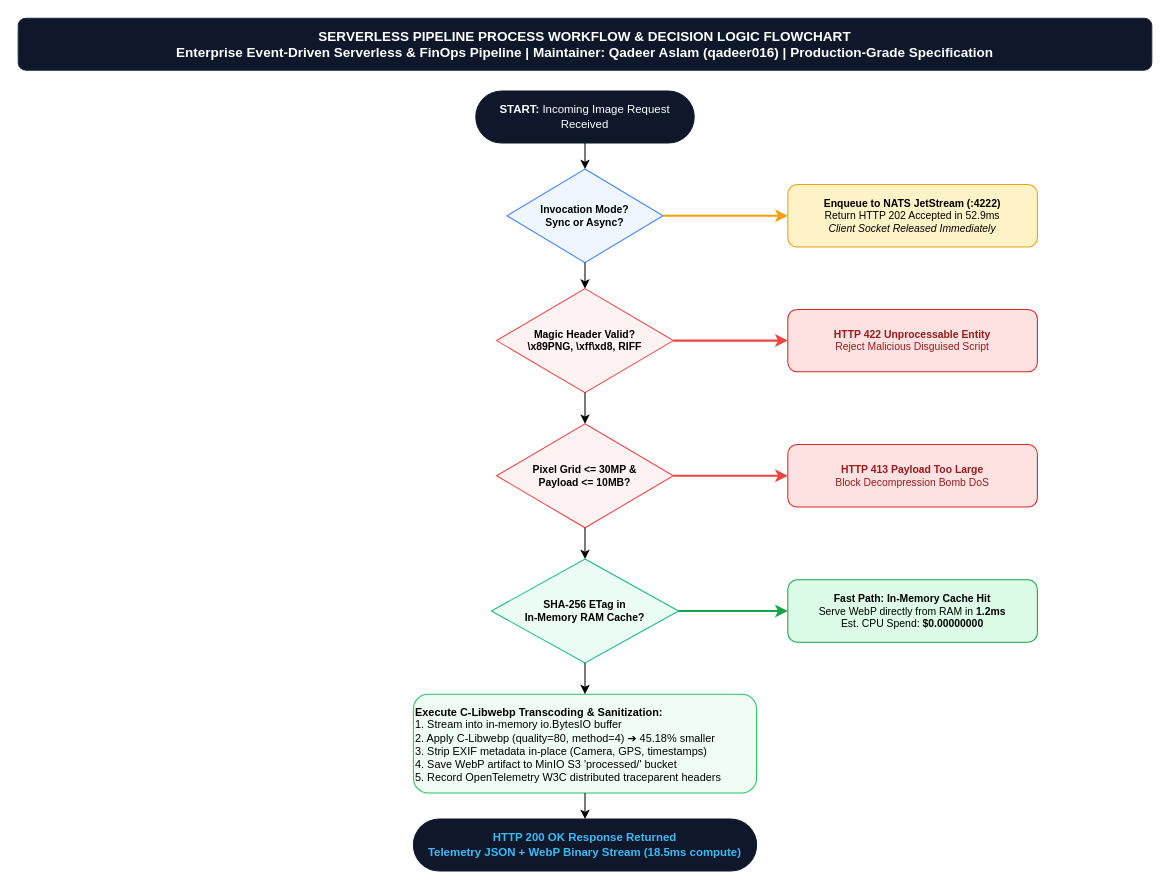
Before: page "4. Process Flow & Decision Workflow" (4 of 6) of architecture_diagrams/all.drawio in qadeeraay/serverless-cost-pipeline, a draw.io diagram. Source tidied: cells renumbered, new cells numbered last; positions are measured from the earlier drawing's top-left corner, leaving out a move shared by most shapes. Both pictures are drawn from the tidied source at 104%, with x=0, y=0 at pixel (18, 18).
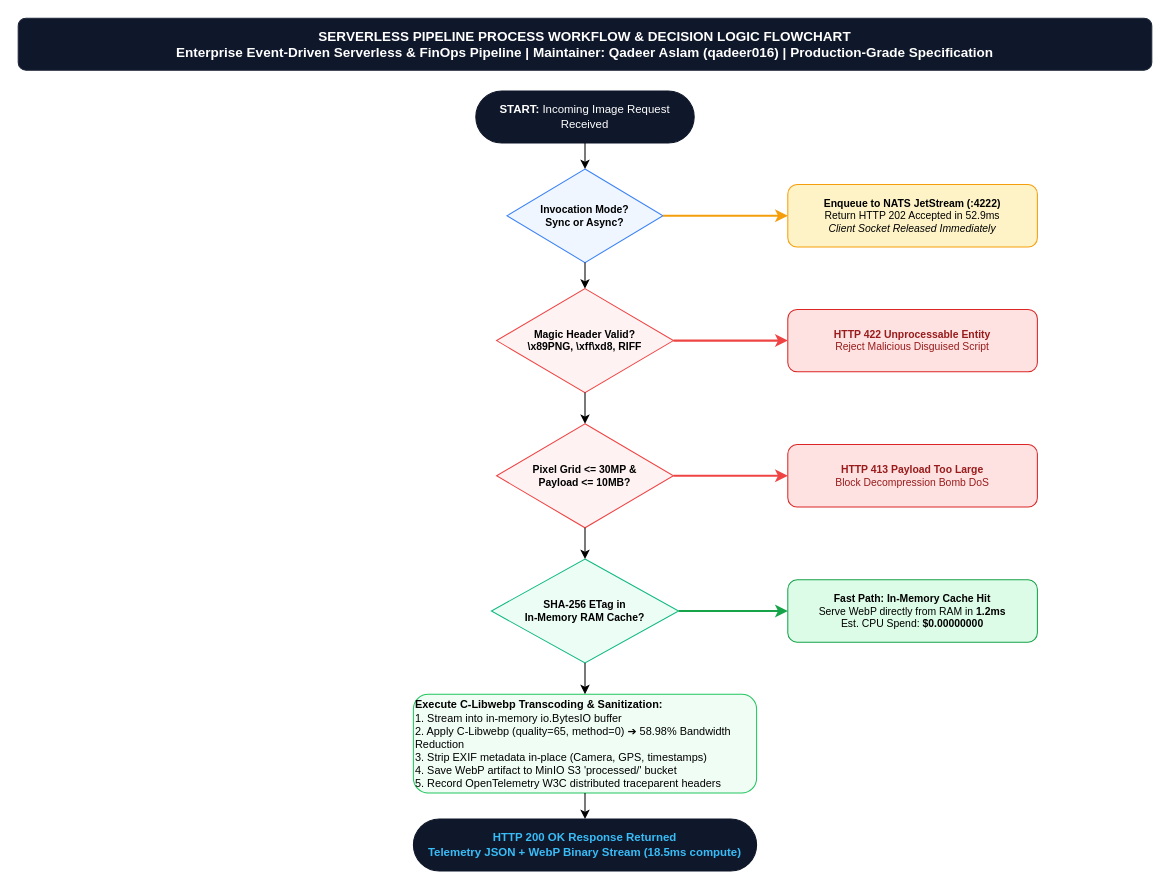
The same diagram, later.

What changed in the source:
```diff
@@
-    <mxCell id="12" value="&lt;b&gt;Execute C-Libwebp Transcoding &amp; Sanitization:&lt;/b&gt;&lt;br&gt;1. Stream into in-memory io.BytesIO buffer&lt;br&gt;2. Apply C-Libwebp (quality=80, method=4) ➔ 45.18% smaller&lt;br&gt;3. Strip EXIF metadata in-place (Camera, GPS, timestamps)&lt;br&gt;4. Save WebP artifact to MinIO S3 'processed/' bucket&lt;br&gt;5. Record OpenTelemetry W3C distributed traceparent headers" style="rounded=1;whiteSpace=wrap;html=1;fillColor=#f0fdf4;strokeColor=#22c55e;fontSize=10.5;align=left;" parent="1" vertex="1">
+    <mxCell id="12" value="&lt;b&gt;Execute C-Libwebp Transcoding &amp; Sanitization:&lt;/b&gt;&lt;br&gt;1. Stream into in-memory io.BytesIO buffer&lt;br&gt;2. Apply C-Libwebp (quality=65, method=0) ➔ 58.98% Bandwidth Reduction&lt;br&gt;3. Strip EXIF metadata in-place (Camera, GPS, timestamps)&lt;br&gt;4. Save WebP artifact to MinIO S3 'processed/' bucket&lt;br&gt;5. Record OpenTelemetry W3C distributed traceparent headers" style="rounded=1;whiteSpace=wrap;html=1;fillColor=#f0fdf4;strokeColor=#22c55e;fontSize=10.5;align=left;" parent="1" vertex="1">
       <mxGeometry x="380" y="650" width="330" height="95" as="geometry" />
     </mxCell>
```
